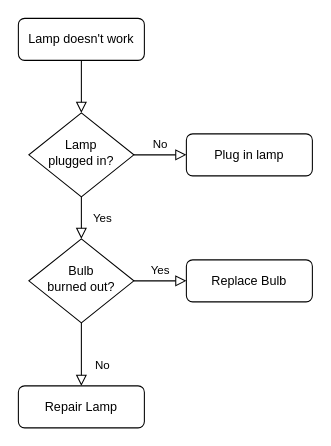
This is Untitled Diagram.drawio from WILLIAM271026/WILLIAM271026, a draw.io file, before an edit. Source tidied: cells renumbered, new cells numbered last; positions are measured from the earlier drawing's top-left corner, leaving out a move shared by most shapes. Both pictures are drawn from the tidied source at 105%, with x=0, y=0 at pixel (18, 18).
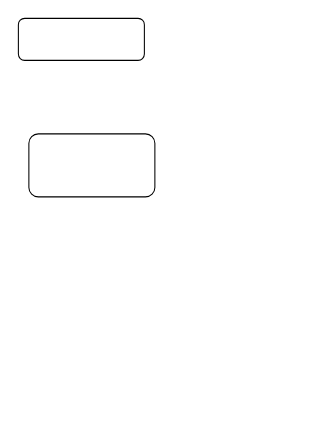
The same page after the edit.

The edit, as a diff of the source:
```diff
@@
 <mxGraphModel>
   <root>
     <mxCell id="0" />
     <mxCell id="1" parent="0" />
-    <mxCell id="2" style="rounded=0;html=1;jettySize=auto;fontSize=11;endArrow=block;endFill=0;endSize=8;strokeWidth=1;shadow=0;labelBackgroundColor=none;edgeStyle=orthogonalEdgeStyle;" parent="1" edge="1" source="3" target="6">
-      <mxGeometry relative="1" as="geometry" />
-    </mxCell>
-    <mxCell id="3" value="Lamp doesn't work" style="rounded=1;whiteSpace=wrap;html=1;fontSize=12;glass=0;strokeWidth=1;shadow=0;" parent="1" vertex="1">
+    <mxCell id="3" style="rounded=1;whiteSpace=wrap;html=1;fontSize=12;glass=0;strokeWidth=1;shadow=0;" parent="1" vertex="1">
       <mxGeometry width="120" height="40" as="geometry" />
     </mxCell>
-    <mxCell id="4" value="Yes" style="rounded=0;html=1;jettySize=auto;fontSize=11;endArrow=block;endFill=0;endSize=8;strokeWidth=1;shadow=0;labelBackgroundColor=none;edgeStyle=orthogonalEdgeStyle;" parent="1" edge="1" source="6" target="10">
-      <mxGeometry y="20" relative="1" as="geometry" />
-    </mxCell>
-    <mxCell id="5" value="No" style="edgeStyle=orthogonalEdgeStyle;rounded=0;html=1;jettySize=auto;fontSize=11;endArrow=block;endFill=0;endSize=8;strokeWidth=1;shadow=0;labelBackgroundColor=none;" parent="1" edge="1" source="6" target="7">
-      <mxGeometry y="10" relative="1" as="geometry" />
-    </mxCell>
-    <mxCell id="6" value="Lamp&lt;br&gt;plugged in?" style="rhombus;whiteSpace=wrap;html=1;shadow=0;fontFamily=Helvetica;fontSize=12;align=center;strokeWidth=1;spacing=6;spacingTop=-4;" parent="1" vertex="1">
-      <mxGeometry x="10" y="90" width="100" height="80" as="geometry" />
-    </mxCell>
-    <mxCell id="7" value="Plug in lamp" style="rounded=1;whiteSpace=wrap;html=1;fontSize=12;glass=0;strokeWidth=1;shadow=0;" parent="1" vertex="1">
-      <mxGeometry x="160" y="110" width="120" height="40" as="geometry" />
-    </mxCell>
-    <mxCell id="8" value="No" style="rounded=0;html=1;jettySize=auto;fontSize=11;endArrow=block;endFill=0;endSize=8;strokeWidth=1;shadow=0;labelBackgroundColor=none;edgeStyle=orthogonalEdgeStyle;" parent="1" edge="1" source="10" target="11">
-      <mxGeometry x="0.33" y="20" relative="1" as="geometry" />
-    </mxCell>
-    <mxCell id="9" value="Yes" style="edgeStyle=orthogonalEdgeStyle;rounded=0;html=1;jettySize=auto;fontSize=11;endArrow=block;endFill=0;endSize=8;strokeWidth=1;shadow=0;labelBackgroundColor=none;" parent="1" edge="1" source="10" target="12">
-      <mxGeometry y="10" relative="1" as="geometry" />
-    </mxCell>
-    <mxCell id="10" value="Bulb&lt;br&gt;burned out?" style="rhombus;whiteSpace=wrap;html=1;shadow=0;fontFamily=Helvetica;fontSize=12;align=center;strokeWidth=1;spacing=6;spacingTop=-4;" parent="1" vertex="1">
-      <mxGeometry x="10" y="210" width="100" height="80" as="geometry" />
-    </mxCell>
-    <mxCell id="11" value="Repair Lamp" style="rounded=1;whiteSpace=wrap;html=1;fontSize=12;glass=0;strokeWidth=1;shadow=0;" parent="1" vertex="1">
-      <mxGeometry y="350" width="120" height="40" as="geometry" />
-    </mxCell>
-    <mxCell id="12" value="Replace Bulb" style="rounded=1;whiteSpace=wrap;html=1;fontSize=12;glass=0;strokeWidth=1;shadow=0;" parent="1" vertex="1">
-      <mxGeometry x="160" y="230" width="120" height="40" as="geometry" />
-    </mxCell>
+    <mxCell id="13" style="rounded=1;whiteSpace=wrap;html=1;" parent="1" vertex="1">
+      <mxGeometry x="10" y="110" width="120" height="60" as="geometry" />
+    </mxCell>
   </root>
 </mxGraphModel>
```
